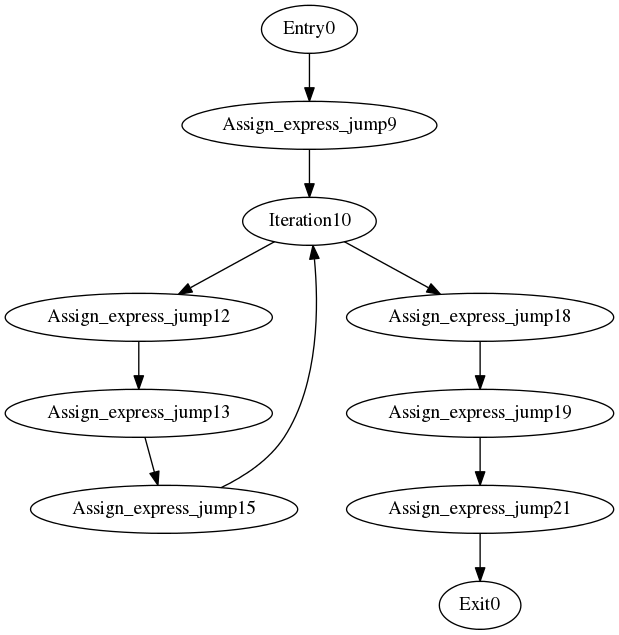
The Graphviz diagram cfg.png in fengcc/ProgramSlicing, before a commit. Its source is kept beside it as cfg.dot.
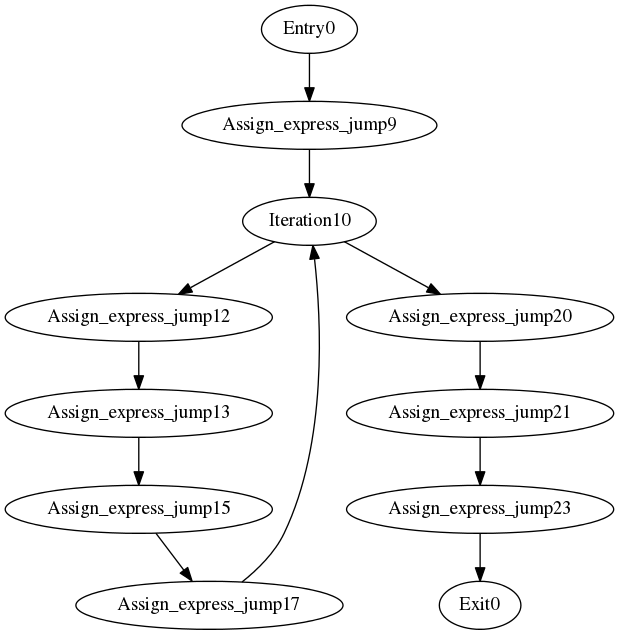
Later version of the same file.

What changed in the source:
```diff
@@ -4,9 +4,10 @@
 	Iteration10 -> Assign_express_jump12
 	Assign_express_jump12 -> Assign_express_jump13
 	Assign_express_jump13 -> Assign_express_jump15
-	Assign_express_jump15 -> Iteration10
-	Iteration10 -> Assign_express_jump18
-	Assign_express_jump18 -> Assign_express_jump19
-	Assign_express_jump19 -> Assign_express_jump21
-	Assign_express_jump21 -> Exit0
+	Assign_express_jump15 -> Assign_express_jump17
+	Assign_express_jump17 -> Iteration10
+	Iteration10 -> Assign_express_jump20
+	Assign_express_jump20 -> Assign_express_jump21
+	Assign_express_jump21 -> Assign_express_jump23
+	Assign_express_jump23 -> Exit0
 }
```
